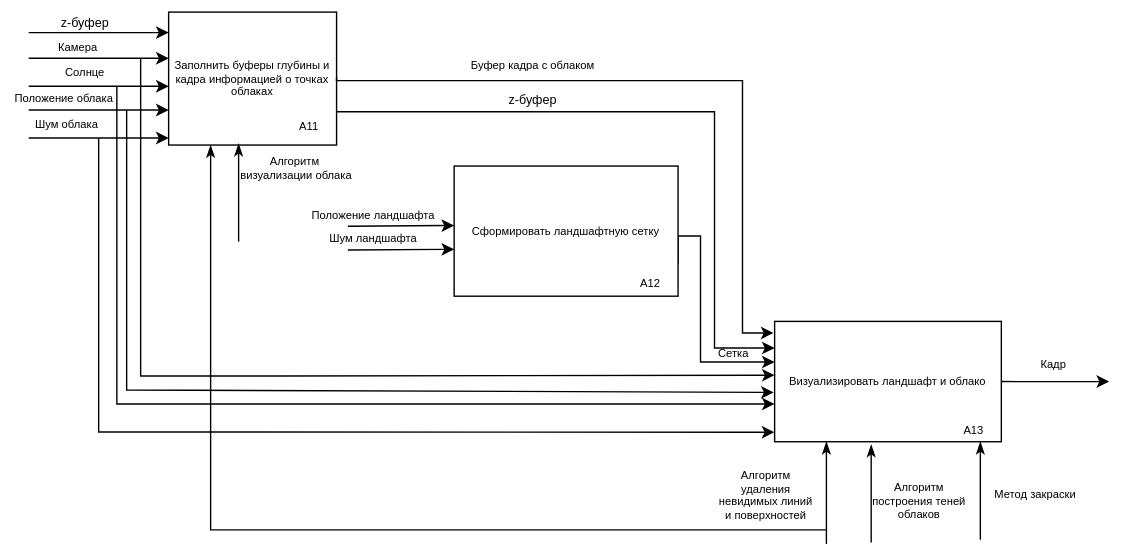
Before: doc/assets/img/cloud_a1.svg, a diagram exported from draw.io (ficusinapot/bmstu-cw-cg-volumetric-clouds). Source tidied: cells renumbered, new cells last; positions are measured from the earlier drawing's top-left corner, leaving out a move shared by most shapes.
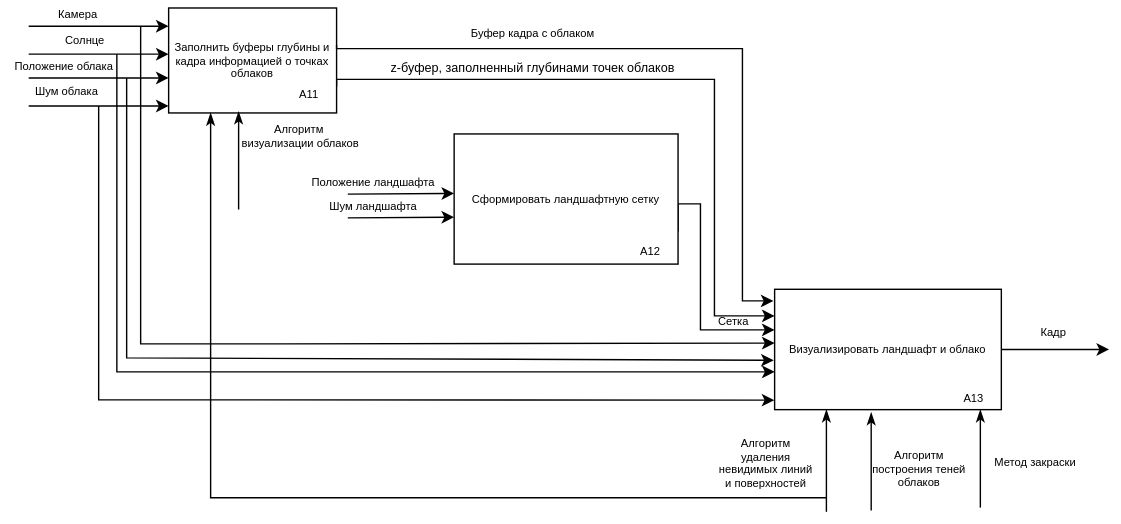
The same diagram one commit later.

The edit, as a diff of the source:
```diff
@@ -10,8 +10,8 @@
         </Array>
       </mxGeometry>
     </mxCell>
-    <mxCell id="3" value="Заполнить буферы глубины и кадра информацией о точках облаках" style="rounded=0;whiteSpace=wrap;html=1;fontSize=8;" parent="1" vertex="1">
-      <mxGeometry x="120" y="8" width="120" height="95" as="geometry" />
+    <mxCell id="3" value="Заполнить буферы глубины и кадра информацией о точках облаков" style="rounded=0;whiteSpace=wrap;html=1;fontSize=8;" parent="1" vertex="1">
+      <mxGeometry x="120" y="28" width="120" height="75" as="geometry" />
     </mxCell>
     <mxCell id="4" value="Шум облака" style="text;html=1;align=center;verticalAlign=middle;strokeColor=none;fillColor=none;fontSize=8;" parent="1" vertex="1">
       <mxGeometry x="12" y="78" width="70" height="20" as="geometry" />
@@ -31,8 +31,8 @@
         <mxPoint x="170" y="102" as="targetPoint" />
       </mxGeometry>
     </mxCell>
-    <mxCell id="8" value="Алгоритм&amp;nbsp;&lt;div&gt;визуализации облака&lt;/div&gt;" style="text;html=1;align=center;verticalAlign=middle;strokeColor=none;fillColor=none;fontSize=8;" parent="1" vertex="1">
-      <mxGeometry x="161" y="105" width="100" height="30" as="geometry" />
+    <mxCell id="8" value="Алгоритм&amp;nbsp;&lt;div&gt;визуализации облаков&lt;/div&gt;" style="text;html=1;align=center;verticalAlign=middle;strokeColor=none;fillColor=none;fontSize=8;" parent="1" vertex="1">
+      <mxGeometry x="159" y="105" width="110" height="30" as="geometry" />
     </mxCell>
     <mxCell id="9" style="edgeStyle=orthogonalEdgeStyle;rounded=0;orthogonalLoop=1;jettySize=auto;html=1;entryX=0;entryY=0.75;entryDx=0;entryDy=0;fontSize=8;" parent="1" edge="1">
       <mxGeometry relative="1" as="geometry">
@@ -186,17 +186,8 @@
     <mxCell id="38" value="&lt;font style=&quot;font-size: 8px;&quot;&gt;Метод закраски&lt;/font&gt;" style="text;html=1;align=center;verticalAlign=middle;strokeColor=none;fillColor=none;" parent="1" vertex="1">
       <mxGeometry x="699" y="337" width="80" height="30" as="geometry" />
     </mxCell>
-    <mxCell id="39" style="edgeStyle=orthogonalEdgeStyle;rounded=0;orthogonalLoop=1;jettySize=auto;html=1;entryX=0;entryY=0.75;entryDx=0;entryDy=0;fontSize=8;" parent="1" edge="1">
-      <mxGeometry relative="1" as="geometry">
-        <mxPoint x="20" y="22.7" as="sourcePoint" />
-        <mxPoint x="120" y="22.7" as="targetPoint" />
-      </mxGeometry>
-    </mxCell>
-    <mxCell id="40" value="&lt;font style=&quot;font-size: 9px;&quot;&gt;z-буфер&lt;/font&gt;" style="text;html=1;align=center;verticalAlign=middle;strokeColor=none;fillColor=none;" parent="1" vertex="1">
-      <mxGeometry x="30" width="60" height="30" as="geometry" />
-    </mxCell>
-    <mxCell id="41" value="&lt;font style=&quot;font-size: 9px;&quot;&gt;z-буфер&lt;/font&gt;" style="text;html=1;align=center;verticalAlign=middle;strokeColor=none;fillColor=none;" parent="1" vertex="1">
-      <mxGeometry x="350" y="55" width="60" height="30" as="geometry" />
+    <mxCell id="41" value="&lt;font style=&quot;font-size: 9px;&quot;&gt;z-буфер, заполненный глубинами точек облаков&lt;/font&gt;" style="text;html=1;align=center;verticalAlign=middle;strokeColor=none;fillColor=none;" parent="1" vertex="1">
+      <mxGeometry x="265" y="55" width="230" height="30" as="geometry" />
     </mxCell>
     <mxCell id="42" style="endArrow=none;html=1;rounded=0;exitX=0.25;exitY=1;exitDx=0;exitDy=0;endFill=0;startArrow=classicThin;startFill=1;" parent="1" edge="1" source="3">
       <mxGeometry relative="1" as="geometry">
```
